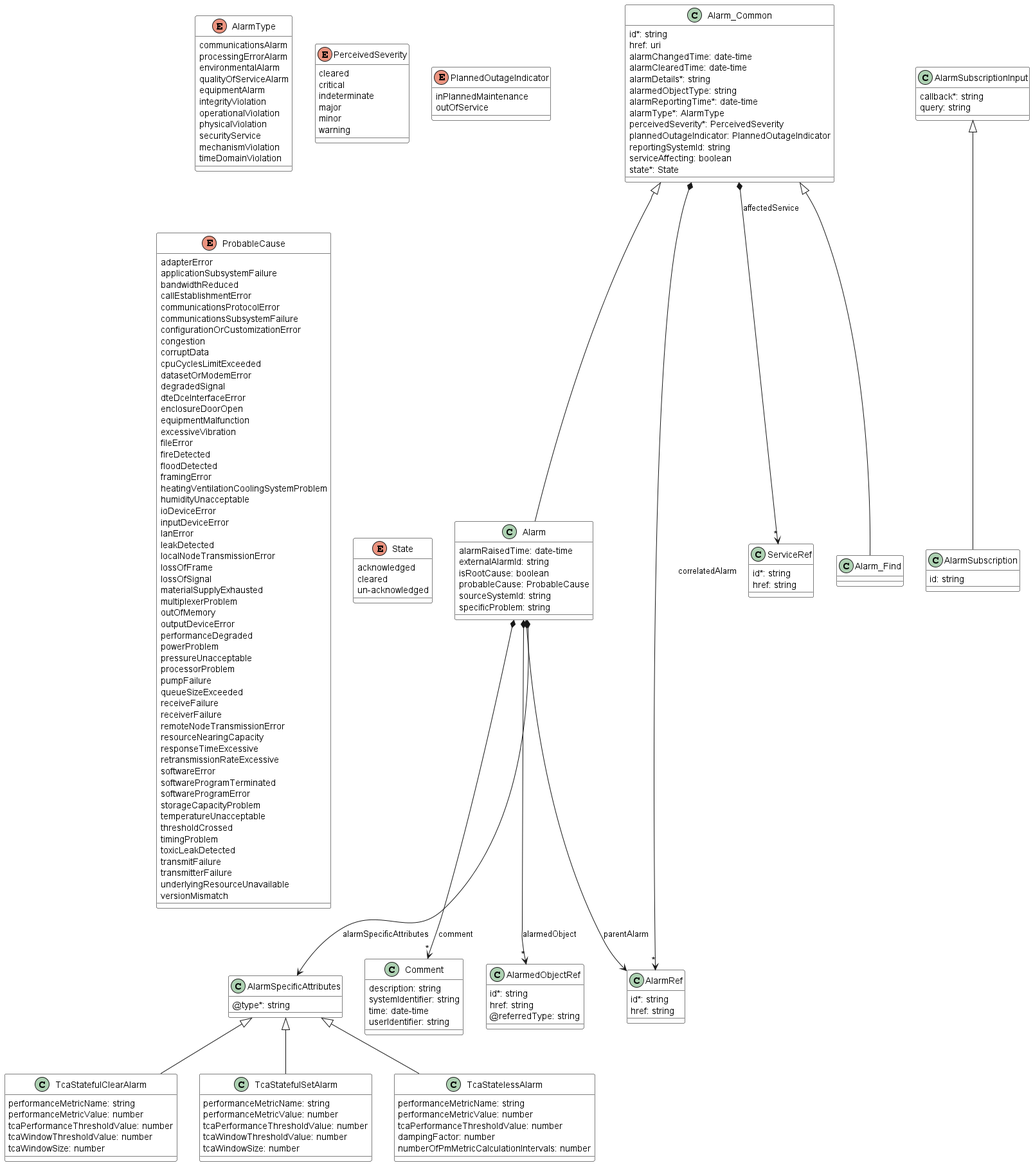
This is documentation/serviceApi/alarm/media/alarmDataModel.png from MEF-GIT/MEF-LSO-Legato-SDK, a PlantUML export, as it was before one commit.
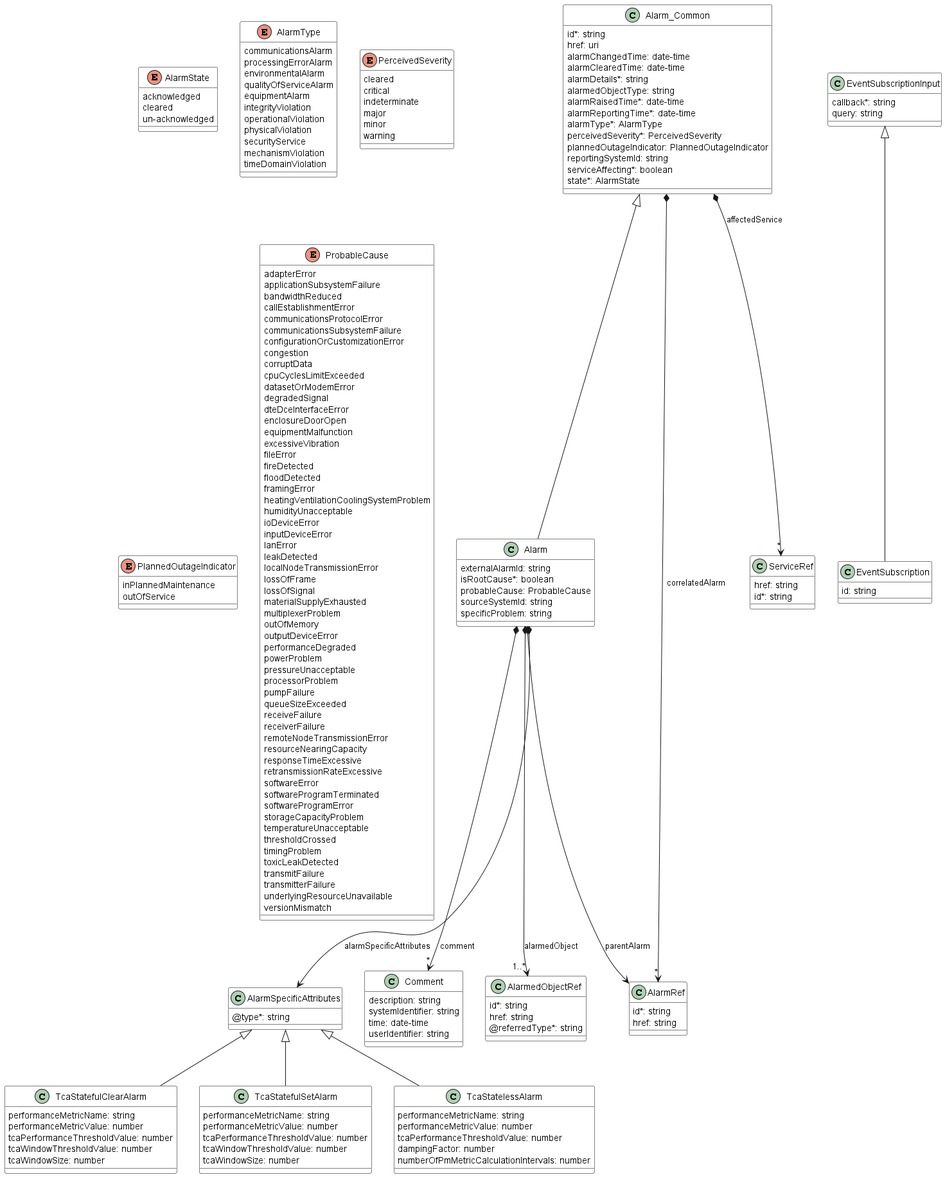
Above is the later version.

Diff of the diagram source:
```diff
@@ -6,19 +6,27 @@
 
 class Alarm {
 
-    alarmRaisedTime: date-time
     externalAlarmId: string
-    isRootCause: boolean
+    isRootCause*: boolean
     probableCause: ProbableCause
     sourceSystemId: string
     specificProblem: string
 }
 Alarm_Common <|-- Alarm
 
-Alarm *-->"*" AlarmedObjectRef : alarmedObject
+Alarm *-->"1..*" AlarmedObjectRef : alarmedObject
 Alarm *-->"*" Comment : comment
 Alarm *--> AlarmRef : parentAlarm
 Alarm *--> AlarmSpecificAttributes : alarmSpecificAttributes
+
+
+class AlarmedObjectRef {
+
+    id*: string
+    href: string
+    @referredType*: string
+}
+
 
 
 class AlarmRef {
@@ -36,22 +44,12 @@
 
 
 
-class AlarmSubscription {
+enum AlarmState {
 
-    id: string
+    acknowledged
+    cleared
+    un-acknowledged
 }
-AlarmSubscriptionInput <|-- AlarmSubscription
-
-
-
-class AlarmSubscriptionInput {
-
-    callback*: string
-    query: string
-}
-
-
-
 enum AlarmType {
 
     communicationsAlarm
@@ -74,33 +72,18 @@
     alarmClearedTime: date-time
     alarmDetails*: string
     alarmedObjectType: string
+    alarmRaisedTime*: date-time
     alarmReportingTime*: date-time
     alarmType*: AlarmType
     perceivedSeverity*: PerceivedSeverity
     plannedOutageIndicator: PlannedOutageIndicator
     reportingSystemId: string
-    serviceAffecting: boolean
-    state*: State
+    serviceAffecting*: boolean
+    state*: AlarmState
 }
 
 Alarm_Common *-->"*" ServiceRef : affectedService
 Alarm_Common *-->"*" AlarmRef : correlatedAlarm
-
-
-class Alarm_Find {
-
-}
-Alarm_Common <|-- Alarm_Find
-
-
-
-class AlarmedObjectRef {
-
-    id*: string
-    href: string
-    @referredType: string
-}
-
 
 
 class Comment {
@@ -111,6 +94,19 @@
     userIdentifier: string
 }
 
+class EventSubscription {
+
+    id: string
+}
+EventSubscriptionInput <|-- EventSubscription
+
+
+
+class EventSubscriptionInput {
+
+    callback*: string
+    query: string
+}
 
 
 
@@ -123,6 +119,7 @@
     minor
     warning
 }
+
 enum PlannedOutageIndicator {
 
     inPlannedMaintenance
@@ -190,18 +187,11 @@
 }
 class ServiceRef {
 
+    href: string
     id*: string
-    href: string
 }
 
 
-
-enum State {
-
-    acknowledged
-    cleared
-    un-acknowledged
-}
 class TcaStatefulClearAlarm {
 
     performanceMetricName: string
```
